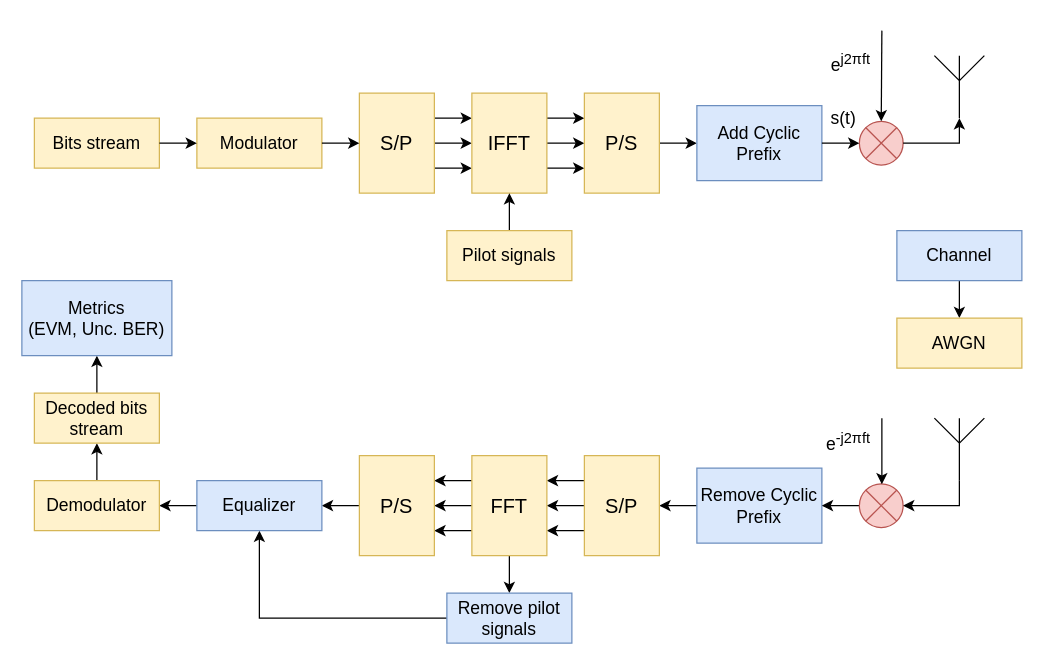
Earlier version of the draw.io diagram Диаграмма без названия.drawio (isvoropaev02/OFDM). Source tidied: cells renumbered, new cells numbered last; positions are measured from the earlier drawing's top-left corner, leaving out a move shared by most shapes. Both pictures are drawn from the tidied source at 125%, with x=0, y=0 at pixel (21, 30).
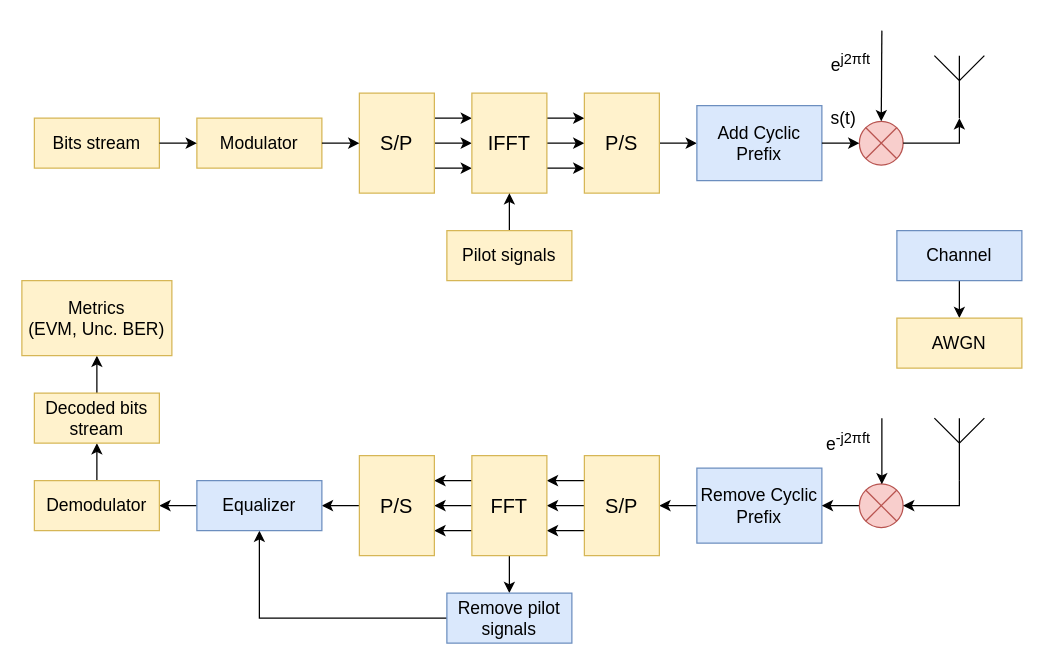
Above is the later version.

Change to the diagram source:
```diff
@@
-    <mxCell id="56" value="&lt;font style=&quot;font-size: 14px;&quot; face=&quot;Helvetica&quot;&gt;Metrics&lt;/font&gt;&lt;div&gt;&lt;font style=&quot;font-size: 14px;&quot; face=&quot;Helvetica&quot;&gt;(EVM, Unc. BER)&lt;/font&gt;&lt;/div&gt;" style="rounded=0;whiteSpace=wrap;html=1;fillColor=#dae8fc;strokeColor=#6c8ebf;" parent="1" vertex="1">
+    <mxCell id="56" value="&lt;font style=&quot;font-size: 14px;&quot; face=&quot;Helvetica&quot;&gt;Metrics&lt;/font&gt;&lt;div&gt;&lt;font style=&quot;font-size: 14px;&quot; face=&quot;Helvetica&quot;&gt;(EVM, Unc. BER)&lt;/font&gt;&lt;/div&gt;" style="rounded=0;whiteSpace=wrap;html=1;fillColor=#fff2cc;strokeColor=#d6b656;" parent="1" vertex="1">
       <mxGeometry y="200" width="120" height="60" as="geometry" />
     </mxCell>
```
